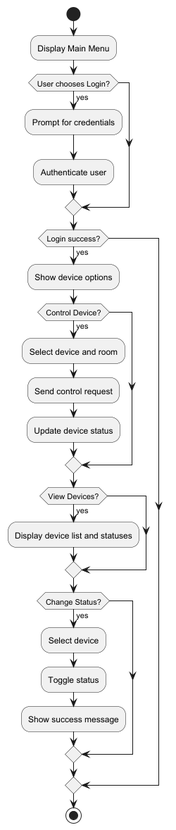
The PlantUML diagram Day2_Design_Diagrams/Dashboard_Activity_Diagram.png in shirisha-p-tech/AmazonAtlasBatch2, before a commit.
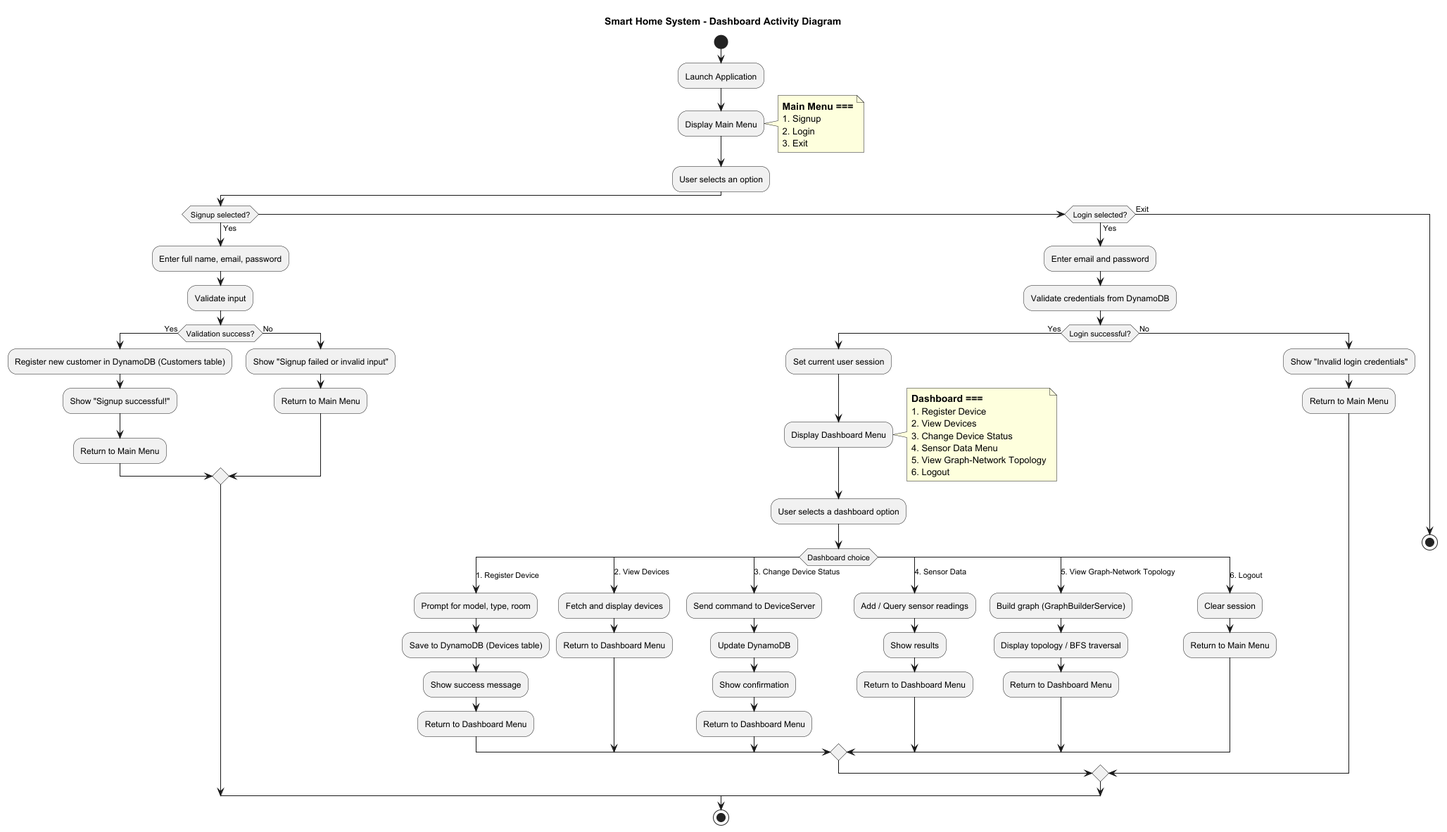
Above is the later version.

Commit message:
Dashboard Activity Diagram Image

Diff of the diagram source:
```diff
@@ -1,29 +1,85 @@
 @startuml
+title Smart Home System - Dashboard Activity Diagram
+
 start
+
+:Launch Application;
+
 :Display Main Menu;
-if (User chooses Login?) then (yes)
-  :Prompt for credentials;
-  :Authenticate user;
+note right
+=== Main Menu ===
+1. Signup
+2. Login
+3. Exit
+end note
+
+:User selects an option;
+
+if (Signup selected?) then (Yes)
+  :Enter full name, email, password;
+  :Validate input;
+  if (Validation success?) then (Yes)
+    :Register new customer in DynamoDB (Customers table);
+    :Show "Signup successful!";
+    :Return to Main Menu;
+  else (No)
+    :Show "Signup failed or invalid input";
+    :Return to Main Menu;
+  endif
+
+elseif (Login selected?) then (Yes)
+  :Enter email and password;
+  :Validate credentials from DynamoDB;
+  if (Login successful?) then (Yes)
+    :Set current user session;
+    :Display Dashboard Menu;
+    note right
+    === Dashboard ===
+    1. Register Device
+    2. View Devices
+    3. Change Device Status
+    4. Sensor Data Menu
+    5. View Graph-Network Topology
+    6. Logout
+    end note
+
+    :User selects a dashboard option;
+
+    switch (Dashboard choice)
+      case (1. Register Device)
+        :Prompt for model, type, room;
+        :Save to DynamoDB (Devices table);
+        :Show success message;
+        :Return to Dashboard Menu;
+      case (2. View Devices)
+        :Fetch and display devices;
+        :Return to Dashboard Menu;
+      case (3. Change Device Status)
+        :Send command to DeviceServer;
+        :Update DynamoDB;
+        :Show confirmation;
+        :Return to Dashboard Menu;
+      case (4. Sensor Data)
+        :Add / Query sensor readings;
+        :Show results;
+        :Return to Dashboard Menu;
+      case (5. View Graph-Network Topology)
+        :Build graph (GraphBuilderService);
+        :Display topology / BFS traversal;
+        :Return to Dashboard Menu;
+      case (6. Logout)
+        :Clear session;
+        :Return to Main Menu;
+    endswitch
+
+  else (No)
+    :Show "Invalid login credentials";
+    :Return to Main Menu;
+  endif
+
+else (Exit)
+  stop
 endif
 
-if (Login success?) then (yes)
-  :Show device options;
-  if (Control Device?) then (yes)
-    :Select device and room;
-    :Send control request;
-    :Update device status;
-  endif
-
-  if (View Devices?) then (yes)
-    :Display device list and statuses;
-  endif
-
-  if (Change Status?) then (yes)
-    :Select device;
-    :Toggle status;
-    :Show success message;
-  endif
-
-endif
 stop
 @enduml
```
